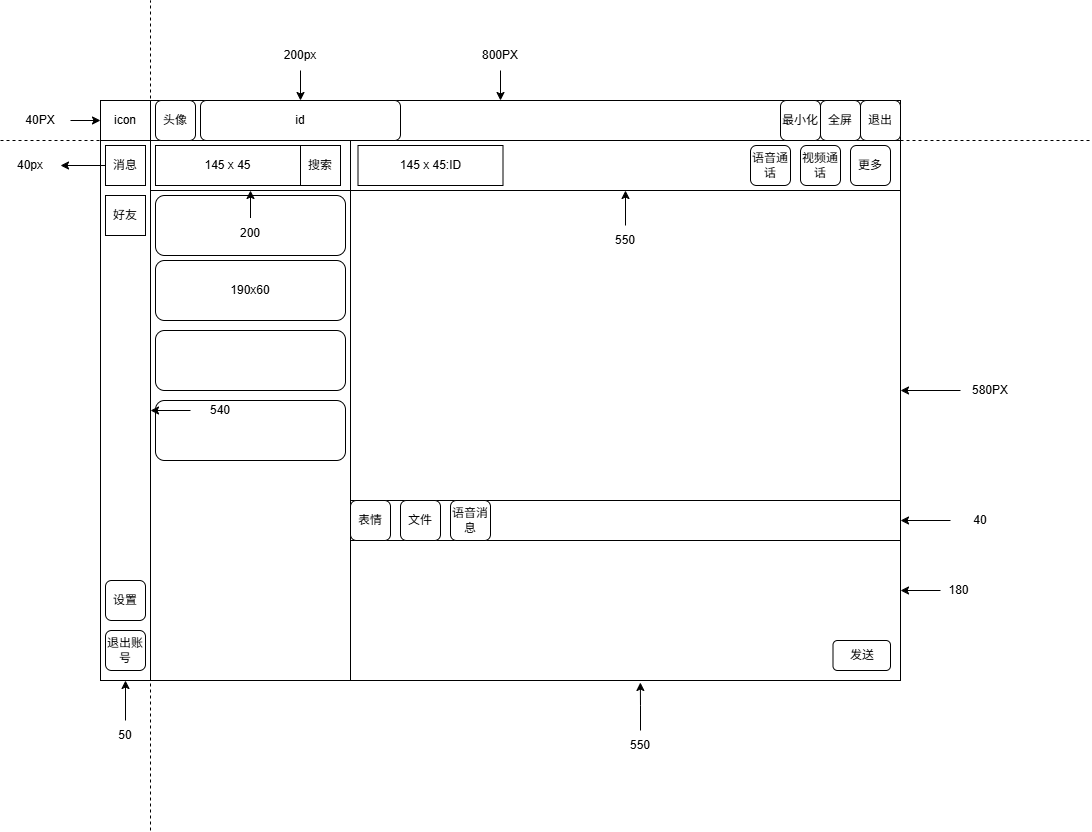
This is docs/design/001主界面ChatMainWindow.drawio.png from kiyose408/FastChat, a draw.io export, as it was before one commit. Source tidied: cells renumbered, new cells last; positions are measured from the earlier drawing's top-left corner, leaving out a move shared by most shapes. Source of this version:
```xml
<mxGraphModel>
  <root>
    <mxCell id="0" />
    <mxCell id="1" parent="0" />
    <mxCell id="2" style="rounded=0;whiteSpace=wrap;html=1;" parent="1" vertex="1">
      <mxGeometry x="100" y="100" width="800" height="580" as="geometry" />
    </mxCell>
    <mxCell id="3" style="rounded=0;whiteSpace=wrap;html=1;" parent="1" vertex="1">
      <mxGeometry x="150" y="190" width="200" height="490" as="geometry" />
    </mxCell>
    <mxCell id="4" style="edgeStyle=orthogonalEdgeStyle;rounded=0;jettySize=auto;html=1;entryX=0.5;entryY=0;entryDx=0;entryDy=0;" parent="1" edge="1" source="5" target="8">
      <mxGeometry relative="1" as="geometry" />
    </mxCell>
    <mxCell id="5" value="800PX" style="text;html=1;whiteSpace=wrap;strokeColor=none;fillColor=none;align=center;verticalAlign=middle;rounded=0;" parent="1" vertex="1">
      <mxGeometry x="470" y="40" width="60" height="30" as="geometry" />
    </mxCell>
    <mxCell id="6" style="edgeStyle=orthogonalEdgeStyle;rounded=0;jettySize=auto;html=1;entryX=1;entryY=0.5;entryDx=0;entryDy=0;" parent="1" edge="1" source="7" target="2">
      <mxGeometry relative="1" as="geometry" />
    </mxCell>
    <mxCell id="7" value="580PX" style="text;html=1;whiteSpace=wrap;strokeColor=none;fillColor=none;align=center;verticalAlign=middle;rounded=0;" parent="1" vertex="1">
      <mxGeometry x="960" y="375" width="60" height="30" as="geometry" />
    </mxCell>
    <mxCell id="8" style="rounded=0;whiteSpace=wrap;html=1;" parent="1" vertex="1">
      <mxGeometry x="100" y="100" width="800" height="40" as="geometry" />
    </mxCell>
    <mxCell id="9" style="edgeStyle=orthogonalEdgeStyle;rounded=0;jettySize=auto;html=1;" parent="1" edge="1" source="10" target="8">
      <mxGeometry relative="1" as="geometry" />
    </mxCell>
    <mxCell id="10" value="40PX" style="text;html=1;whiteSpace=wrap;strokeColor=none;fillColor=none;align=center;verticalAlign=middle;rounded=0;" parent="1" vertex="1">
      <mxGeometry x="10" y="105" width="60" height="30" as="geometry" />
    </mxCell>
    <mxCell id="11" style="rounded=0;whiteSpace=wrap;html=1;" parent="1" vertex="1">
      <mxGeometry x="100" y="140" width="50" height="540" as="geometry" />
    </mxCell>
    <mxCell id="12" style="rounded=1;whiteSpace=wrap;html=1;" parent="1" vertex="1">
      <mxGeometry x="155" y="400" width="190" height="60" as="geometry" />
    </mxCell>
    <mxCell id="13" style="edgeStyle=orthogonalEdgeStyle;rounded=0;jettySize=auto;html=1;" parent="1" edge="1" source="14" target="11">
      <mxGeometry relative="1" as="geometry" />
    </mxCell>
    <mxCell id="14" value="540" style="text;html=1;whiteSpace=wrap;strokeColor=none;fillColor=none;align=center;verticalAlign=middle;rounded=0;" parent="1" vertex="1">
      <mxGeometry x="190" y="395" width="60" height="30" as="geometry" />
    </mxCell>
    <mxCell id="15" style="edgeStyle=orthogonalEdgeStyle;rounded=0;jettySize=auto;html=1;entryX=0.5;entryY=1;entryDx=0;entryDy=0;" parent="1" edge="1" source="16" target="11">
      <mxGeometry relative="1" as="geometry" />
    </mxCell>
    <mxCell id="16" value="50" style="text;html=1;whiteSpace=wrap;strokeColor=none;fillColor=none;align=center;verticalAlign=middle;rounded=0;" parent="1" vertex="1">
      <mxGeometry x="95" y="720" width="60" height="30" as="geometry" />
    </mxCell>
    <mxCell id="17" value="好友" style="whiteSpace=wrap;html=1;" parent="1" vertex="1">
      <mxGeometry x="105" y="195" width="40" height="40" as="geometry" />
    </mxCell>
    <mxCell id="18" style="edgeStyle=orthogonalEdgeStyle;rounded=0;jettySize=auto;html=1;entryX=1;entryY=0.5;entryDx=0;entryDy=0;" parent="1" edge="1" source="19" target="20">
      <mxGeometry relative="1" as="geometry" />
    </mxCell>
    <mxCell id="19" value="消息" style="whiteSpace=wrap;html=1;" parent="1" vertex="1">
      <mxGeometry x="105" y="145" width="40" height="40" as="geometry" />
    </mxCell>
    <mxCell id="20" value="40px" style="text;html=1;whiteSpace=wrap;strokeColor=none;fillColor=none;align=center;verticalAlign=middle;rounded=0;" parent="1" vertex="1">
      <mxGeometry y="150" width="60" height="30" as="geometry" />
    </mxCell>
    <mxCell id="21" style="rounded=0;whiteSpace=wrap;html=1;" parent="1" vertex="1">
      <mxGeometry x="150" y="140" width="200" height="50" as="geometry" />
    </mxCell>
    <mxCell id="22" value="搜索" style="whiteSpace=wrap;html=1;" parent="1" vertex="1">
      <mxGeometry x="300" y="145" width="40" height="40" as="geometry" />
    </mxCell>
    <mxCell id="23" value="145 x 45" style="rounded=0;whiteSpace=wrap;html=1;" parent="1" vertex="1">
      <mxGeometry x="155" y="145" width="145" height="40" as="geometry" />
    </mxCell>
    <mxCell id="24" style="edgeStyle=orthogonalEdgeStyle;rounded=0;jettySize=auto;html=1;entryX=1;entryY=0.5;entryDx=0;entryDy=0;" parent="1" edge="1" source="25" target="21">
      <mxGeometry relative="1" as="geometry" />
    </mxCell>
    <mxCell id="25" value="50" style="text;html=1;whiteSpace=wrap;strokeColor=none;fillColor=none;align=center;verticalAlign=middle;rounded=0;" parent="1" vertex="1">
      <mxGeometry x="400" y="150" width="60" height="30" as="geometry" />
    </mxCell>
    <mxCell id="26" style="rounded=1;whiteSpace=wrap;html=1;" parent="1" vertex="1">
      <mxGeometry x="155" y="195" width="190" height="60" as="geometry" />
    </mxCell>
    <mxCell id="27" value="200" style="text;html=1;whiteSpace=wrap;strokeColor=none;fillColor=none;align=center;verticalAlign=middle;rounded=0;" parent="1" vertex="1">
      <mxGeometry x="220" y="217.5" width="60" height="30" as="geometry" />
    </mxCell>
    <mxCell id="28" style="edgeStyle=orthogonalEdgeStyle;rounded=0;jettySize=auto;html=1;entryX=0.5;entryY=1;entryDx=0;entryDy=0;" parent="1" edge="1" source="27" target="21">
      <mxGeometry relative="1" as="geometry" />
    </mxCell>
    <mxCell id="29" style="rounded=0;whiteSpace=wrap;html=1;" parent="1" vertex="1">
      <mxGeometry x="350" y="140" width="550" height="50" as="geometry" />
    </mxCell>
    <mxCell id="30" style="edgeStyle=orthogonalEdgeStyle;rounded=0;jettySize=auto;html=1;" parent="1" edge="1" source="31" target="29">
      <mxGeometry relative="1" as="geometry" />
    </mxCell>
    <mxCell id="31" value="550" style="text;html=1;whiteSpace=wrap;strokeColor=none;fillColor=none;align=center;verticalAlign=middle;rounded=0;" parent="1" vertex="1">
      <mxGeometry x="595" y="225" width="60" height="30" as="geometry" />
    </mxCell>
    <mxCell id="32" value="145 x 45:ID" style="rounded=0;whiteSpace=wrap;html=1;" parent="1" vertex="1">
      <mxGeometry x="357.5" y="145" width="145" height="40" as="geometry" />
    </mxCell>
    <mxCell id="33" value="190x60" style="rounded=1;whiteSpace=wrap;html=1;" parent="1" vertex="1">
      <mxGeometry x="155" y="260" width="190" height="60" as="geometry" />
    </mxCell>
    <mxCell id="34" style="rounded=1;whiteSpace=wrap;html=1;" parent="1" vertex="1">
      <mxGeometry x="155" y="330" width="190" height="60" as="geometry" />
    </mxCell>
    <mxCell id="35" style="rounded=0;whiteSpace=wrap;html=1;" parent="1" vertex="1">
      <mxGeometry x="350" y="500" width="550" height="180" as="geometry" />
    </mxCell>
    <mxCell id="36" value="550" style="text;html=1;whiteSpace=wrap;strokeColor=none;fillColor=none;align=center;verticalAlign=middle;rounded=0;" parent="1" vertex="1">
      <mxGeometry x="610" y="730" width="60" height="30" as="geometry" />
    </mxCell>
    <mxCell id="37" style="edgeStyle=orthogonalEdgeStyle;rounded=0;jettySize=auto;html=1;entryX=1;entryY=0.5;entryDx=0;entryDy=0;" parent="1" edge="1" source="38" target="35">
      <mxGeometry relative="1" as="geometry" />
    </mxCell>
    <mxCell id="38" value="180" style="text;html=1;whiteSpace=wrap;strokeColor=none;fillColor=none;align=center;verticalAlign=middle;rounded=0;" parent="1" vertex="1">
      <mxGeometry x="940" y="575" width="37" height="30" as="geometry" />
    </mxCell>
    <mxCell id="39" style="edgeStyle=orthogonalEdgeStyle;rounded=0;jettySize=auto;html=1;entryX=0.527;entryY=1.011;entryDx=0;entryDy=0;entryPerimeter=0;" parent="1" edge="1" source="36" target="35">
      <mxGeometry relative="1" as="geometry" />
    </mxCell>
    <mxCell id="40" style="rounded=0;whiteSpace=wrap;html=1;" parent="1" vertex="1">
      <mxGeometry x="350" y="500" width="550" height="40" as="geometry" />
    </mxCell>
    <mxCell id="41" style="edgeStyle=orthogonalEdgeStyle;rounded=0;jettySize=auto;html=1;entryX=1;entryY=0.5;entryDx=0;entryDy=0;" parent="1" edge="1" source="42" target="40">
      <mxGeometry relative="1" as="geometry" />
    </mxCell>
    <mxCell id="42" value="40" style="text;html=1;whiteSpace=wrap;strokeColor=none;fillColor=none;align=center;verticalAlign=middle;rounded=0;" parent="1" vertex="1">
      <mxGeometry x="950" y="505" width="60" height="30" as="geometry" />
    </mxCell>
    <mxCell id="43" value="视频通话" style="rounded=1;whiteSpace=wrap;html=1;" parent="1" vertex="1">
      <mxGeometry x="800" y="145" width="40" height="40" as="geometry" />
    </mxCell>
    <mxCell id="44" value="语音消息" style="rounded=1;whiteSpace=wrap;html=1;" parent="1" vertex="1">
      <mxGeometry x="450" y="500" width="40" height="40" as="geometry" />
    </mxCell>
    <mxCell id="45" value="文件" style="rounded=1;whiteSpace=wrap;html=1;" parent="1" vertex="1">
      <mxGeometry x="400" y="500" width="40" height="40" as="geometry" />
    </mxCell>
    <mxCell id="46" value="表情" style="rounded=1;whiteSpace=wrap;html=1;" parent="1" vertex="1">
      <mxGeometry x="350" y="500" width="40" height="40" as="geometry" />
    </mxCell>
    <mxCell id="47" value="更多" style="rounded=1;whiteSpace=wrap;html=1;" parent="1" vertex="1">
      <mxGeometry x="850" y="145" width="40" height="40" as="geometry" />
    </mxCell>
    <mxCell id="48" value="语音通话" style="rounded=1;whiteSpace=wrap;html=1;" parent="1" vertex="1">
      <mxGeometry x="750" y="145" width="40" height="40" as="geometry" />
    </mxCell>
    <mxCell id="49" value="icon" style="rounded=0;whiteSpace=wrap;html=1;" parent="1" vertex="1">
      <mxGeometry x="100" y="100" width="50" height="40" as="geometry" />
    </mxCell>
    <mxCell id="50" value="头像" style="rounded=1;whiteSpace=wrap;html=1;" parent="1" vertex="1">
      <mxGeometry x="155" y="100" width="40" height="40" as="geometry" />
    </mxCell>
    <mxCell id="51" value="id" style="rounded=1;whiteSpace=wrap;html=1;" parent="1" vertex="1">
      <mxGeometry x="200" y="100" width="200" height="40" as="geometry" />
    </mxCell>
    <mxCell id="52" style="edgeStyle=orthogonalEdgeStyle;rounded=0;jettySize=auto;html=1;" parent="1" edge="1" source="53" target="51">
      <mxGeometry relative="1" as="geometry" />
    </mxCell>
    <mxCell id="53" value="200px" style="text;html=1;whiteSpace=wrap;strokeColor=none;fillColor=none;align=center;verticalAlign=middle;rounded=0;" parent="1" vertex="1">
      <mxGeometry x="270" y="40" width="60" height="30" as="geometry" />
    </mxCell>
    <mxCell id="54" value="退出" style="rounded=1;whiteSpace=wrap;html=1;" parent="1" vertex="1">
      <mxGeometry x="860" y="100" width="40" height="40" as="geometry" />
    </mxCell>
    <mxCell id="55" value="全屏" style="rounded=1;whiteSpace=wrap;html=1;" parent="1" vertex="1">
      <mxGeometry x="820" y="100" width="40" height="40" as="geometry" />
    </mxCell>
    <mxCell id="56" value="最小化" style="rounded=1;whiteSpace=wrap;html=1;" parent="1" vertex="1">
      <mxGeometry x="780" y="100" width="40" height="40" as="geometry" />
    </mxCell>
    <mxCell id="57" style="endArrow=none;dashed=1;html=1;rounded=0;" parent="1" edge="1">
      <mxGeometry relative="1" as="geometry">
        <mxPoint y="140" as="sourcePoint" />
        <mxPoint x="1090" y="140" as="targetPoint" />
      </mxGeometry>
    </mxCell>
    <mxCell id="58" style="endArrow=none;dashed=1;html=1;rounded=0;" parent="1" edge="1">
      <mxGeometry relative="1" as="geometry">
        <mxPoint x="150" y="830" as="sourcePoint" />
        <mxPoint x="150" as="targetPoint" />
      </mxGeometry>
    </mxCell>
    <mxCell id="59" value="退出账号" style="rounded=1;whiteSpace=wrap;html=1;" parent="1" vertex="1">
      <mxGeometry x="105" y="630" width="40" height="40" as="geometry" />
    </mxCell>
    <mxCell id="60" value="设置" style="rounded=1;whiteSpace=wrap;html=1;" parent="1" vertex="1">
      <mxGeometry x="105" y="580" width="40" height="40" as="geometry" />
    </mxCell>
    <mxCell id="61" value="发送" style="rounded=1;whiteSpace=wrap;html=1;" parent="1" vertex="1">
      <mxGeometry x="832.5" y="640" width="57.5" height="30" as="geometry" />
    </mxCell>
  </root>
</mxGraphModel>
```
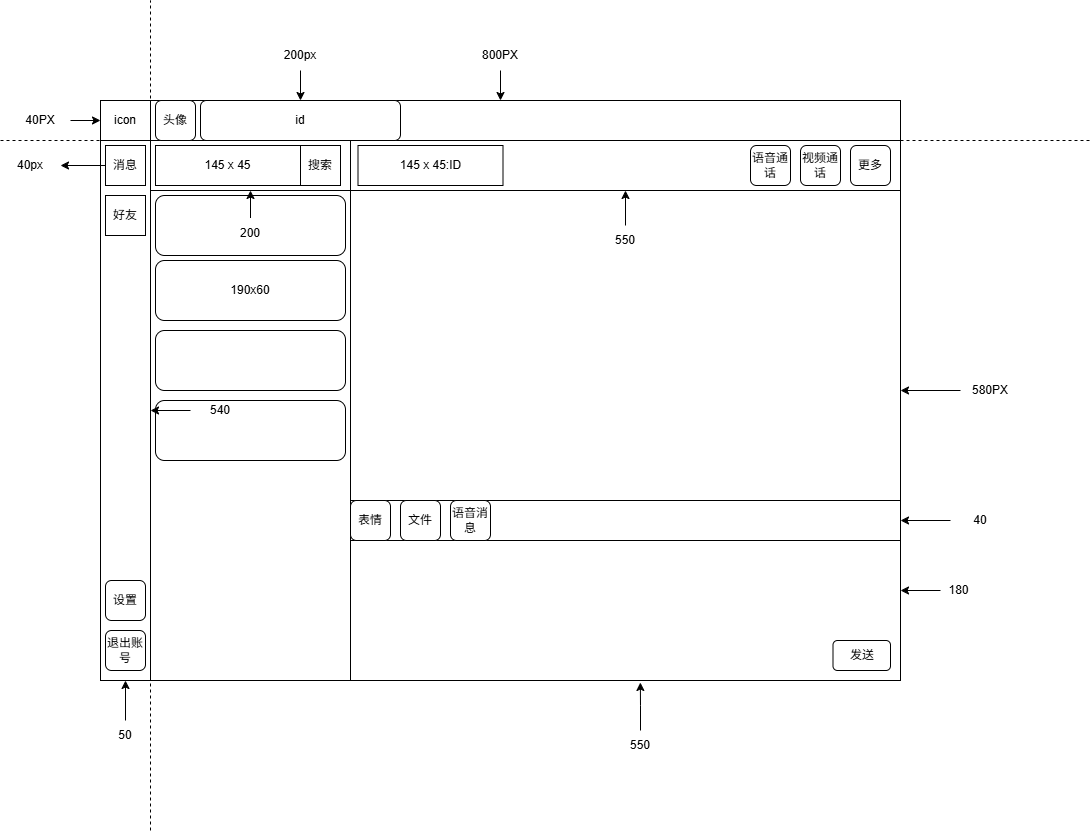
After the change.

Commit message:
Design: Main interface design update

Diff of the diagram source:
```diff
@@ -158,15 +158,6 @@
     <mxCell id="53" value="200px" style="text;html=1;whiteSpace=wrap;strokeColor=none;fillColor=none;align=center;verticalAlign=middle;rounded=0;" parent="1" vertex="1">
       <mxGeometry x="270" y="40" width="60" height="30" as="geometry" />
     </mxCell>
-    <mxCell id="54" value="退出" style="rounded=1;whiteSpace=wrap;html=1;" parent="1" vertex="1">
-      <mxGeometry x="860" y="100" width="40" height="40" as="geometry" />
-    </mxCell>
-    <mxCell id="55" value="全屏" style="rounded=1;whiteSpace=wrap;html=1;" parent="1" vertex="1">
-      <mxGeometry x="820" y="100" width="40" height="40" as="geometry" />
-    </mxCell>
-    <mxCell id="56" value="最小化" style="rounded=1;whiteSpace=wrap;html=1;" parent="1" vertex="1">
-      <mxGeometry x="780" y="100" width="40" height="40" as="geometry" />
-    </mxCell>
     <mxCell id="57" style="endArrow=none;dashed=1;html=1;rounded=0;" parent="1" edge="1">
       <mxGeometry relative="1" as="geometry">
         <mxPoint y="140" as="sourcePoint" />
```
